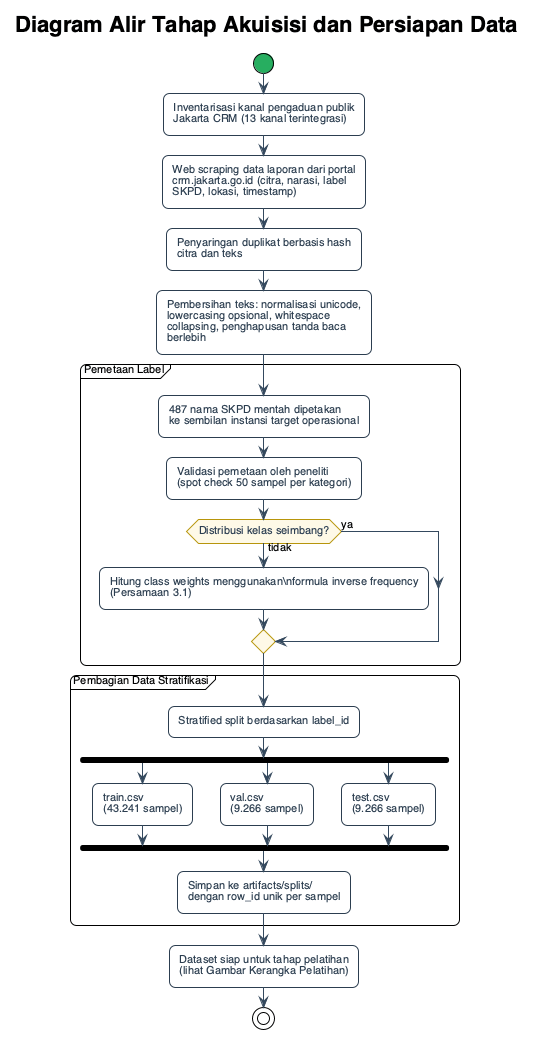
The PlantUML diagram Docs/images/bab_3/kerangka_akuisisi.png in 4arkeinlvy/Thesis-, before a commit.
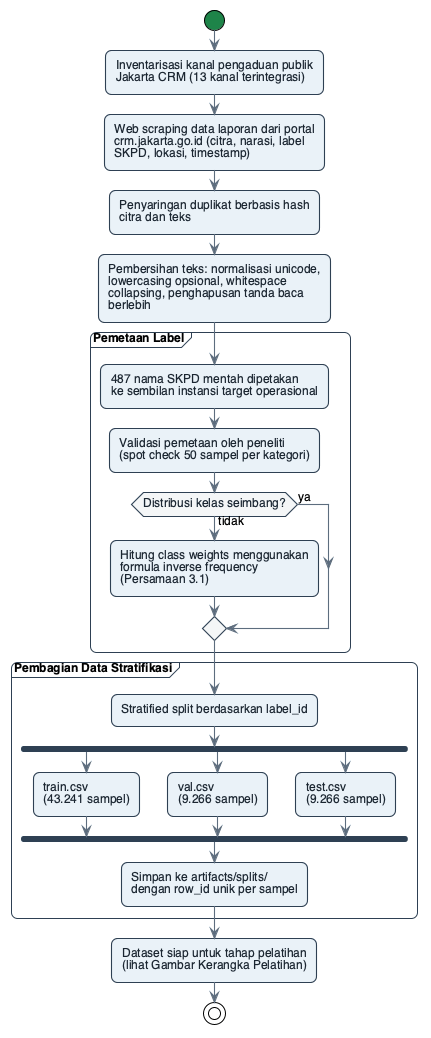
The same file after the commit.

Change to the diagram source:
```diff
@@ -1,22 +1,5 @@
 @startuml kerangka_akuisisi
-!theme plain
-skinparam backgroundColor white
-skinparam defaultFontName "Helvetica"
-skinparam defaultFontSize 11
-skinparam activity {
-    BackgroundColor #ffffff
-    BorderColor #2c3e50
-    DiamondBackgroundColor #fef9e7
-    DiamondBorderColor #b7950b
-    StartColor #27ae60
-    EndColor #c0392b
-    ArrowColor #34495e
-    FontColor #2c3e50
-}
-skinparam shadowing false
-skinparam roundCorner 12
-
-title Diagram Alir Tahap Akuisisi dan Persiapan Data
+!include _thesis_style.puml
 
 start
 :Inventarisasi kanal pengaduan publik\nJakarta CRM (13 kanal terintegrasi);
@@ -28,8 +11,7 @@
     :487 nama SKPD mentah dipetakan\nke sembilan instansi target operasional;
     :Validasi pemetaan oleh peneliti\n(spot check 50 sampel per kategori);
     if (Distribusi kelas seimbang?) then (tidak)
-        :Hitung class weights menggunakan\nformula inverse frequency
-        (Persamaan 3.1);
+        :Hitung class weights menggunakan\nformula inverse frequency\n(Persamaan 3.1);
     else (ya)
     endif
 }
```
